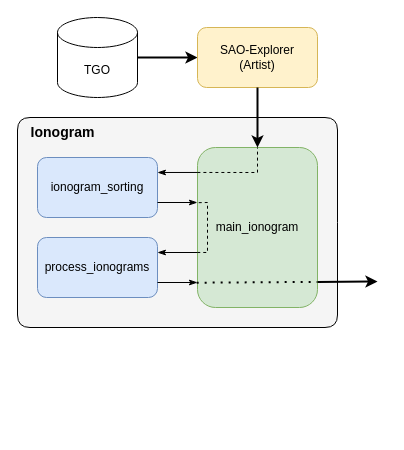
Above: page "Ionogram Processing" (2 of 6) of Software_Architecture.drawio in Kian0902/Masters_Project (draw.io), before the change. Source tidied: cells renumbered, new cells numbered last; positions are measured from the earlier drawing's top-left corner, leaving out a move shared by most shapes. Both pictures are drawn from the tidied source at 100%, with x=0, y=0 at pixel (17, 17).
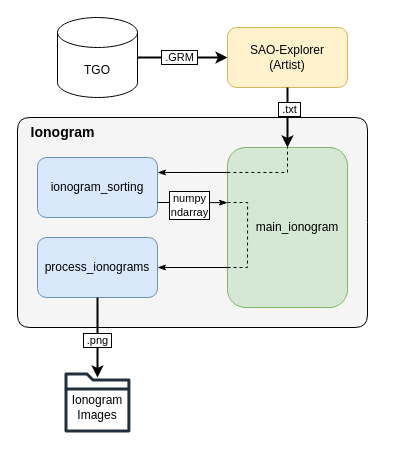
The same page after the edit.

Commit message (it also covers changes not shown here):
Updated software architecture diagram for ionogram processing

The change refers to these unchanged cells:
```xml
<mxCell id="3" style="edgeStyle=orthogonalEdgeStyle;rounded=0;jettySize=auto;html=1;entryX=0;entryY=0.5;entryDx=0;entryDy=0;exitX=1;exitY=0.5;exitDx=0;exitDy=0;exitPerimeter=0;strokeWidth=2;" parent="1" edge="1" source="4" target="5">
  <mxGeometry relative="1" as="geometry" />
</mxCell>
<mxCell id="8" style="edgeStyle=orthogonalEdgeStyle;rounded=0;jettySize=auto;html=1;exitX=0.5;exitY=1;exitDx=0;exitDy=0;strokeWidth=2;entryX=0.5;entryY=0;entryDx=0;entryDy=0;" parent="1" edge="1" source="5" target="6">
  <mxGeometry relative="1" as="geometry" />
</mxCell>
<mxCell id="9" value="ionogram_sorting" style="rounded=1;whiteSpace=wrap;html=1;fillColor=#dae8fc;strokeColor=#6c8ebf;" parent="1" vertex="1">
  <mxGeometry x="20" y="140" width="120" height="60" as="geometry" />
</mxCell>
<mxCell id="10" value="process_ionograms" style="rounded=1;whiteSpace=wrap;html=1;fillColor=#dae8fc;strokeColor=#6c8ebf;" parent="1" vertex="1">
  <mxGeometry x="20" y="220" width="120" height="60" as="geometry" />
</mxCell>
```

What changed in the source:
```diff
@@
     <mxCell id="2" style="shape=corner;direction=west;whiteSpace=wrap;html=0;dx=610;dy=280;fillColor=#F5F5F5;perimeterSpacing=0;rounded=1;arcSize=25;dashed=0;" parent="1" vertex="1">
-      <mxGeometry y="100" width="320" height="210" as="geometry" />
+      <mxGeometry y="100" width="350" height="210" as="geometry" />
     </mxCell>
@@
+    <mxCell id="19" value="&amp;nbsp;.GRM&amp;nbsp;" style="edgeLabel;html=1;align=center;verticalAlign=middle;labelBorderColor=default;" parent="3" vertex="1">
+      <mxGeometry x="-0.1" y="1" relative="1" as="geometry" />
+    </mxCell>
@@
     <mxCell id="5" value="SAO-Explorer&lt;div&gt;(Artist)&lt;/div&gt;" style="rounded=1;whiteSpace=wrap;html=1;fillColor=#fff2cc;strokeColor=#d6b656;" parent="1" vertex="1">
-      <mxGeometry x="180" y="10" width="120" height="60" as="geometry" />
+      <mxGeometry x="210" y="10" width="120" height="60" as="geometry" />
     </mxCell>
-    <mxCell id="6" value="main_ionogram" style="rounded=1;whiteSpace=wrap;html=1;fillColor=#d5e8d4;strokeColor=#82b366;" parent="1" vertex="1">
-      <mxGeometry x="180" y="130" width="120" height="160" as="geometry" />
+    <mxCell id="6" value="&amp;nbsp; &amp;nbsp; &amp;nbsp; main_ionogram" style="rounded=1;whiteSpace=wrap;html=1;fillColor=#d5e8d4;strokeColor=#82b366;" parent="1" vertex="1">
+      <mxGeometry x="210" y="130" width="120" height="160" as="geometry" />
     </mxCell>
@@
+    <mxCell id="20" value="&amp;nbsp;.txt&amp;nbsp;" style="edgeLabel;html=1;align=center;verticalAlign=middle;labelBorderColor=default;" parent="8" vertex="1">
+      <mxGeometry x="-0.31" y="1" relative="1" as="geometry" />
+    </mxCell>
@@
-    <mxCell id="12" style="edgeStyle=orthogonalEdgeStyle;rounded=0;jettySize=auto;html=1;exitX=1;exitY=0.75;exitDx=0;exitDy=0;entryX=-0.001;entryY=0.342;entryDx=0;entryDy=0;entryPerimeter=0;endArrow=classicThin;endFill=1;" parent="1" edge="1" source="9" target="6">
+    <mxCell id="12" style="edgeStyle=orthogonalEdgeStyle;rounded=0;jettySize=auto;html=1;exitX=1;exitY=0.75;exitDx=0;exitDy=0;entryX=0;entryY=0.345;entryDx=0;entryDy=0;entryPerimeter=0;endArrow=classicThin;endFill=1;" parent="1" edge="1" source="9" target="6">
       <mxGeometry relative="1" as="geometry" />
     </mxCell>
+    <mxCell id="21" value="&amp;nbsp;numpy&amp;nbsp;&lt;div&gt;ndarray&lt;/div&gt;" style="edgeLabel;html=1;align=center;verticalAlign=middle;labelBorderColor=default;" parent="12" vertex="1">
+      <mxGeometry x="-0.13" y="-2" relative="1" as="geometry" />
+    </mxCell>
-    <mxCell id="13" style="edgeStyle=orthogonalEdgeStyle;rounded=0;jettySize=auto;html=1;exitX=1;exitY=0.25;exitDx=0;exitDy=0;entryX=-0.003;entryY=0.657;entryDx=0;entryDy=0;entryPerimeter=0;startArrow=classicThin;startFill=1;endArrow=none;endFill=0;" parent="1" edge="1" source="10" target="6">
+    <mxCell id="13" style="edgeStyle=orthogonalEdgeStyle;rounded=0;jettySize=auto;html=1;exitX=1;exitY=0.5;exitDx=0;exitDy=0;entryX=0;entryY=0.75;entryDx=0;entryDy=0;startArrow=classicThin;startFill=1;endArrow=none;endFill=0;" parent="1" edge="1" source="10" target="6">
       <mxGeometry relative="1" as="geometry" />
     </mxCell>
-    <mxCell id="14" style="edgeStyle=orthogonalEdgeStyle;rounded=0;jettySize=auto;html=1;exitX=1;exitY=0.75;exitDx=0;exitDy=0;entryX=-0.001;entryY=0.842;entryDx=0;entryDy=0;entryPerimeter=0;endArrow=classicThin;endFill=1;" parent="1" edge="1" source="10" target="6">
-      <mxGeometry relative="1" as="geometry" />
+    <mxCell id="14" style="edgeStyle=orthogonalEdgeStyle;rounded=0;jettySize=auto;html=1;exitX=0.5;exitY=1;exitDx=0;exitDy=0;endArrow=classic;endFill=1;strokeWidth=2;" parent="1" edge="1" source="10">
+      <mxGeometry relative="1" as="geometry">
+        <mxPoint x="80" y="360" as="targetPoint" />
+      </mxGeometry>
     </mxCell>
+    <mxCell id="22" value="&amp;nbsp;.png&amp;nbsp;" style="edgeLabel;html=1;align=center;verticalAlign=middle;labelBorderColor=default;" parent="14" vertex="1">
+      <mxGeometry x="0.06" y="-1" relative="1" as="geometry" />
+    </mxCell>
     <mxCell id="15" style="endArrow=none;dashed=1;html=1;rounded=0;entryX=0.5;entryY=0;entryDx=0;entryDy=0;exitX=-0.001;exitY=0.156;exitDx=0;exitDy=0;exitPerimeter=0;" parent="1" edge="1" source="6" target="6">
       <mxGeometry relative="1" as="geometry">
         <Array as="points">
-          <mxPoint x="240" y="155" />
+          <mxPoint x="270" y="155" />
         </Array>
       </mxGeometry>
     </mxCell>
-    <mxCell id="16" style="endArrow=none;dashed=1;html=1;rounded=0;exitX=-0.002;exitY=0.656;exitDx=0;exitDy=0;exitPerimeter=0;entryX=-0.001;entryY=0.345;entryDx=0;entryDy=0;entryPerimeter=0;" parent="1" edge="1" source="6" target="6">
+    <mxCell id="16" style="endArrow=none;dashed=1;html=1;rounded=0;exitX=0;exitY=0.75;exitDx=0;exitDy=0;entryX=0;entryY=0.344;entryDx=0;entryDy=0;entryPerimeter=0;" parent="1" edge="1" source="6" target="6">
       <mxGeometry relative="1" as="geometry">
         <Array as="points">
-          <mxPoint x="190" y="235" />
-          <mxPoint x="190" y="185" />
+          <mxPoint x="230" y="250" />
+          <mxPoint x="230.1" y="185" />
         </Array>
       </mxGeometry>
     </mxCell>
-    <mxCell id="17" style="endArrow=none;dashed=1;html=1;dashPattern=1 3;strokeWidth=2;rounded=0;exitX=-0.007;exitY=0.845;exitDx=0;exitDy=0;exitPerimeter=0;entryX=1;entryY=0.84;entryDx=0;entryDy=0;entryPerimeter=0;" parent="1" edge="1" source="6" target="6">
-      <mxGeometry relative="1" as="geometry" />
-    </mxCell>
-    <mxCell id="18" style="endArrow=classic;html=1;rounded=0;exitX=1.002;exitY=0.84;exitDx=0;exitDy=0;exitPerimeter=0;strokeWidth=2;" parent="1" edge="1" source="6">
-      <mxGeometry relative="1" as="geometry">
-        <mxPoint x="360" y="264" as="targetPoint" />
-      </mxGeometry>
-    </mxCell>
+    <mxCell id="23" style="group;" parent="1" vertex="1">
+      <mxGeometry x="47" y="355" width="65.9" height="60" as="geometry" />
+    </mxCell>
+    <mxCell id="24" style="sketch=0;fontColor=#232F3E;gradientColor=none;fillColor=#232F3D;strokeColor=none;dashed=0;verticalLabelPosition=bottom;verticalAlign=top;align=center;html=1;fontSize=12;fontStyle=0;shape=mxgraph.aws4.folder;" parent="23" vertex="1">
+      <mxGeometry width="65.9" height="60" as="geometry" />
+    </mxCell>
+    <mxCell id="25" value="Ionogram Images" style="text;html=1;align=center;verticalAlign=middle;whiteSpace=wrap;rounded=0;" parent="23" vertex="1">
+      <mxGeometry x="3" y="20" width="60" height="30" as="geometry" />
+    </mxCell>
```
